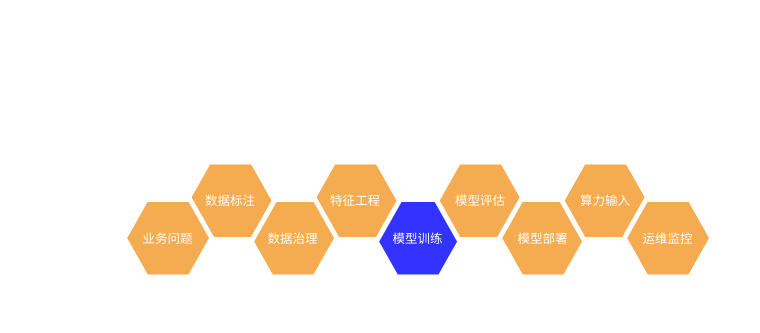
The draw.io diagram 答辩.drawio in foreignbill/drawio, before the edit. Source tidied: cells renumbered, new cells numbered last; positions are measured from the earlier drawing's top-left corner, leaving out a move shared by most shapes. Both pictures are drawn from the tidied source at 125%, with x=0, y=0 at pixel (124, 161).
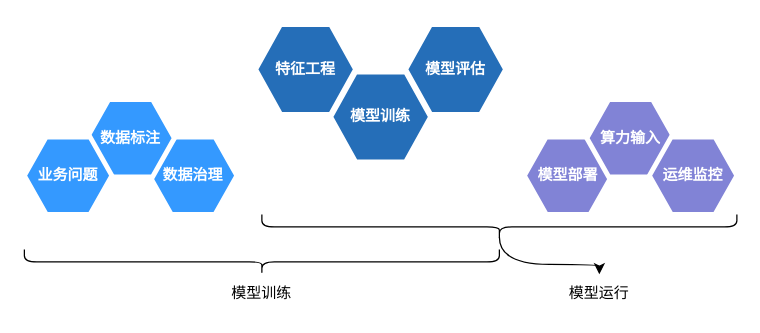
After the change.

Change to the diagram source:
```diff
@@
 <mxGraphModel>
   <root>
     <mxCell id="0" />
     <mxCell id="1" parent="0" />
-    <mxCell id="2" value="模型训练" style="shape=hexagon;strokeWidth=4;html=1;fillColor=#3333FF;strokeColor=#ffffff;shadow=0;fontSize=10;fontColor=#FFFFFF;align=center;fontStyle=0;whiteSpace=wrap;spacing=10;rounded=0;fillStyle=auto;" parent="1" vertex="1">
-      <mxGeometry x="200" y="30" width="70" height="62" as="geometry" />
+    <mxCell id="2" value="模型训练" style="shape=hexagon;strokeWidth=4;html=1;fillColor=#256EB8;strokeColor=#ffffff;shadow=0;fontSize=12;fontColor=#FFFFFF;align=center;fontStyle=1;whiteSpace=wrap;spacing=10;rounded=0;fillStyle=auto;fontFamily=Times New Roman;" parent="1" vertex="1">
+      <mxGeometry x="165" y="-72" width="80" height="72" as="geometry" />
     </mxCell>
-    <mxCell id="3" value="特征工程" style="shape=hexagon;strokeWidth=4;html=1;fillColor=#F5AB50;strokeColor=#ffffff;shadow=0;fontSize=10;fontColor=#FFFFFF;align=center;fontStyle=0;whiteSpace=wrap;spacing=10;rounded=0;" parent="1" vertex="1">
-      <mxGeometry x="150" width="70" height="62" as="geometry" />
+    <mxCell id="3" value="特征工程" style="shape=hexagon;strokeWidth=4;html=1;fillColor=#256EB8;strokeColor=#ffffff;shadow=0;fontSize=12;fontColor=#FFFFFF;align=center;fontStyle=1;whiteSpace=wrap;spacing=10;rounded=0;fontFamily=Times New Roman;" parent="1" vertex="1">
+      <mxGeometry x="105" y="-110" width="80" height="72" as="geometry" />
     </mxCell>
-    <mxCell id="4" value="模型评估" style="shape=hexagon;strokeWidth=4;html=1;fillColor=#F5AB50;strokeColor=#ffffff;shadow=0;fontSize=10;fontColor=#FFFFFF;align=center;fontStyle=0;whiteSpace=wrap;spacing=10;rounded=0;" parent="1" vertex="1">
-      <mxGeometry x="250" width="70" height="62" as="geometry" />
+    <mxCell id="4" value="模型评估" style="shape=hexagon;strokeWidth=4;html=1;fillColor=#256EB8;strokeColor=#ffffff;shadow=0;fontSize=12;fontColor=#FFFFFF;align=center;fontStyle=1;whiteSpace=wrap;spacing=10;rounded=0;fontFamily=Times New Roman;" parent="1" vertex="1">
+      <mxGeometry x="225" y="-110" width="80" height="72" as="geometry" />
     </mxCell>
+    <mxCell id="8" value="数据治理" style="shape=hexagon;strokeWidth=4;html=1;fillColor=#3499FF;strokeColor=#ffffff;shadow=0;fontSize=12;fontColor=#FFFFFF;align=center;fontStyle=1;whiteSpace=wrap;spacing=10;rounded=0;fontFamily=Times New Roman;" parent="1" vertex="1">
+      <mxGeometry x="20" y="-20" width="70" height="62" as="geometry" />
+    </mxCell>
+    <mxCell id="9" value="数据标注" style="shape=hexagon;strokeWidth=4;html=1;fillColor=#3499FF;strokeColor=#ffffff;shadow=0;fontSize=12;fontColor=#FFFFFF;align=center;fontStyle=1;whiteSpace=wrap;spacing=10;rounded=0;fontFamily=Times New Roman;" parent="1" vertex="1">
+      <mxGeometry x="-30" y="-50" width="70" height="62" as="geometry" />
+    </mxCell>
+    <mxCell id="10" value="业务问题" style="shape=hexagon;strokeWidth=4;html=1;fillColor=#3499FF;strokeColor=#ffffff;shadow=0;fontSize=12;fontColor=#FFFFFF;align=center;fontStyle=1;whiteSpace=wrap;spacing=10;rounded=0;fontFamily=Times New Roman;" parent="1" vertex="1">
+      <mxGeometry x="-80" y="-20" width="70" height="62" as="geometry" />
+    </mxCell>
-    <mxCell id="5" value="模型部署" style="shape=hexagon;strokeWidth=4;html=1;fillColor=#F5AB50;strokeColor=#ffffff;shadow=0;fontSize=10;fontColor=#FFFFFF;align=center;fontStyle=0;whiteSpace=wrap;spacing=10;rounded=0;" parent="1" vertex="1">
-      <mxGeometry x="300" y="30" width="70" height="62" as="geometry" />
+    <mxCell id="5" value="模型部署" style="shape=hexagon;strokeWidth=4;html=1;fillColor=#8183D6;strokeColor=#ffffff;shadow=0;fontSize=12;fontColor=#FFFFFF;align=center;fontStyle=1;whiteSpace=wrap;spacing=10;rounded=0;fontFamily=Times New Roman;" parent="1" vertex="1">
+      <mxGeometry x="320" y="-20" width="70" height="62" as="geometry" />
     </mxCell>
-    <mxCell id="6" value="算力输入" style="shape=hexagon;strokeWidth=4;html=1;fillColor=#F5AB50;strokeColor=#ffffff;shadow=0;fontSize=10;fontColor=#FFFFFF;align=center;fontStyle=0;whiteSpace=wrap;spacing=10;rounded=0;" parent="1" vertex="1">
-      <mxGeometry x="350" width="70" height="62" as="geometry" />
+    <mxCell id="6" value="算力输入" style="shape=hexagon;strokeWidth=4;html=1;fillColor=#8183D6;strokeColor=#ffffff;shadow=0;fontSize=12;fontColor=#FFFFFF;align=center;fontStyle=1;whiteSpace=wrap;spacing=10;rounded=0;fontFamily=Times New Roman;" parent="1" vertex="1">
+      <mxGeometry x="370" y="-50" width="70" height="62" as="geometry" />
     </mxCell>
-    <mxCell id="7" value="运维监控" style="shape=hexagon;strokeWidth=4;html=1;fillColor=#F5AB50;strokeColor=#ffffff;shadow=0;fontSize=10;fontColor=#FFFFFF;align=center;fontStyle=0;whiteSpace=wrap;spacing=10;rounded=0;" parent="1" vertex="1">
-      <mxGeometry x="400" y="30" width="70" height="62" as="geometry" />
+    <mxCell id="7" value="运维监控" style="shape=hexagon;strokeWidth=4;html=1;fillColor=#8183D6;strokeColor=#ffffff;shadow=0;fontSize=12;fontColor=#FFFFFF;align=center;fontStyle=1;whiteSpace=wrap;spacing=10;rounded=0;fontFamily=Times New Roman;" parent="1" vertex="1">
+      <mxGeometry x="420" y="-20" width="70" height="62" as="geometry" />
     </mxCell>
-    <mxCell id="8" value="数据治理" style="shape=hexagon;strokeWidth=4;html=1;fillColor=#F5AB50;strokeColor=#ffffff;shadow=0;fontSize=10;fontColor=#FFFFFF;align=center;fontStyle=0;whiteSpace=wrap;spacing=10;rounded=0;" parent="1" vertex="1">
-      <mxGeometry x="100" y="30" width="70" height="62" as="geometry" />
-    </mxCell>
-    <mxCell id="9" value="数据标注" style="shape=hexagon;strokeWidth=4;html=1;fillColor=#F5AB50;strokeColor=#ffffff;shadow=0;fontSize=10;fontColor=#FFFFFF;align=center;fontStyle=0;whiteSpace=wrap;spacing=10;rounded=0;" parent="1" vertex="1">
-      <mxGeometry x="50" width="70" height="62" as="geometry" />
-    </mxCell>
-    <mxCell id="10" value="业务问题" style="shape=hexagon;strokeWidth=4;html=1;fillColor=#F5AB50;strokeColor=#ffffff;shadow=0;fontSize=10;fontColor=#FFFFFF;align=center;fontStyle=0;whiteSpace=wrap;spacing=10;rounded=0;" parent="1" vertex="1">
-      <mxGeometry y="30" width="70" height="62" as="geometry" />
-    </mxCell>
+    <mxCell id="11" style="shape=curlyBracket;whiteSpace=wrap;html=1;rounded=1;flipH=1;labelPosition=right;verticalLabelPosition=middle;align=left;verticalAlign=middle;fillStyle=auto;fontFamily=Times New Roman;fontSize=12;fillColor=#8183D6;direction=north;" parent="1" vertex="1">
+      <mxGeometry x="-80" y="70" width="380" height="20" as="geometry" />
+    </mxCell>
+    <mxCell id="12" value="模型训练" style="text;html=1;strokeColor=none;fillColor=none;align=center;verticalAlign=middle;whiteSpace=wrap;rounded=0;fontSize=12;fontFamily=Times New Roman;" parent="1" vertex="1">
+      <mxGeometry x="80" y="90" width="60" height="30" as="geometry" />
+    </mxCell>
+    <mxCell id="13" style="edgeStyle=orthogonalEdgeStyle;curved=1;rounded=0;jettySize=auto;html=1;exitX=0.1;exitY=0.5;exitDx=0;exitDy=0;exitPerimeter=0;entryX=0.5;entryY=0;entryDx=0;entryDy=0;fontFamily=Times New Roman;fontSize=12;" parent="1" edge="1" source="14" target="15">
+      <mxGeometry relative="1" as="geometry" />
+    </mxCell>
+    <mxCell id="14" style="shape=curlyBracket;whiteSpace=wrap;html=1;rounded=1;flipH=1;labelPosition=right;verticalLabelPosition=middle;align=left;verticalAlign=middle;fillStyle=auto;fontFamily=Times New Roman;fontSize=12;fillColor=#8183D6;direction=north;" parent="1" vertex="1">
+      <mxGeometry x="110" y="42" width="380" height="20" as="geometry" />
+    </mxCell>
+    <mxCell id="15" value="模型运行" style="text;html=1;strokeColor=none;fillColor=none;align=center;verticalAlign=middle;whiteSpace=wrap;rounded=0;fontSize=12;fontFamily=Times New Roman;" parent="1" vertex="1">
+      <mxGeometry x="350" y="90" width="60" height="30" as="geometry" />
+    </mxCell>
   </root>
 </mxGraphModel>
```
